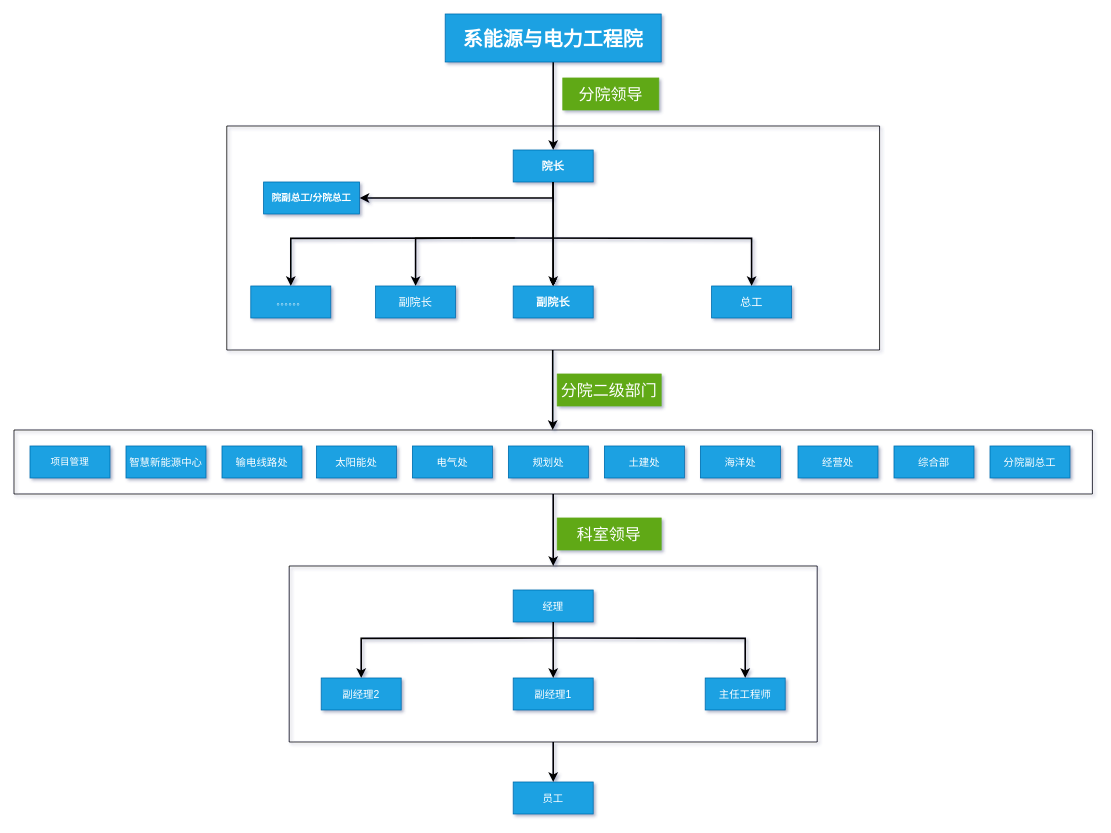
Earlier version of the draw.io diagram 未命名绘图.drawio (yuexin719/greenhouse). Source tidied: cells renumbered, new cells numbered last; positions are measured from the earlier drawing's top-left corner, leaving out a move shared by most shapes. Both pictures are drawn from the tidied source at 80%, with x=0, y=0 at pixel (14, 14).
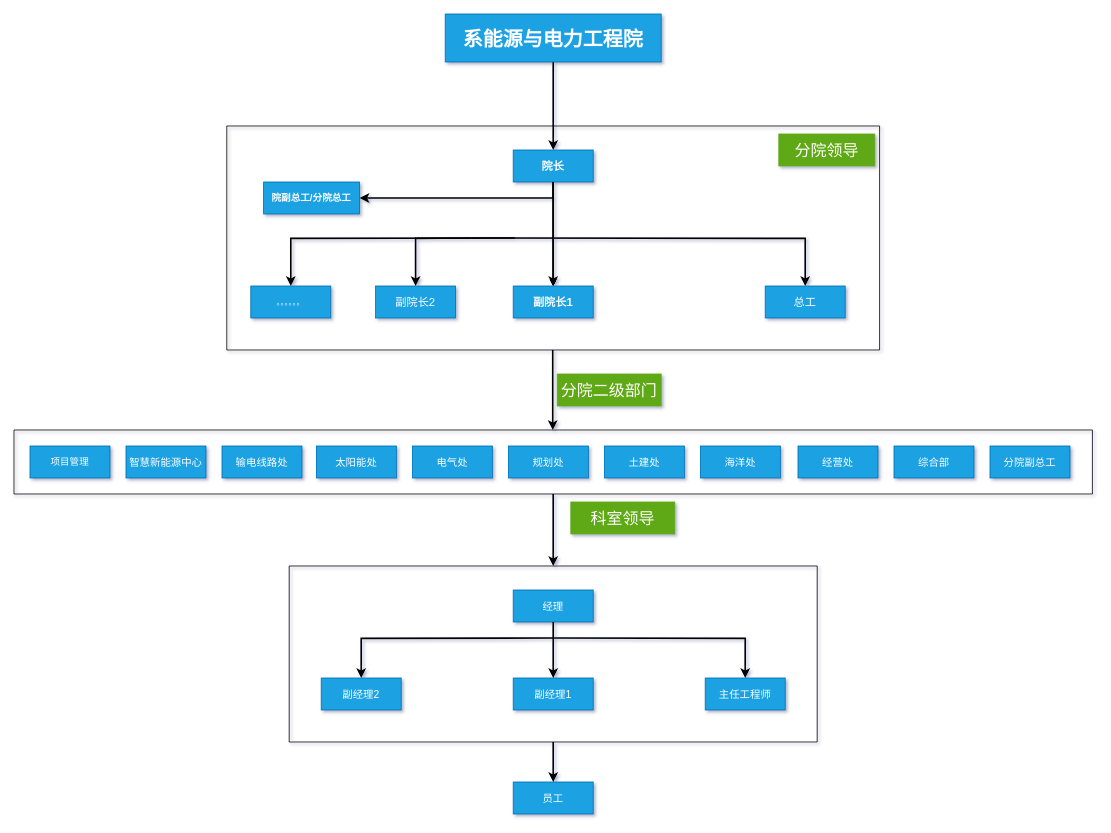
The same diagram, later.

Commit message:
更新未命名绘图.drawio

Unchanged cells that the change refers to:
```xml
<mxCell id="4" style="swimlane;startSize=0;" parent="1" vertex="1">
  <mxGeometry x="266" y="140" width="816" height="280" as="geometry" />
</mxCell>
```

The edit, as a diff of the source:
```diff
@@
-    <mxCell id="7" value="&lt;font style=&quot;font-size: 14px;&quot;&gt;副院长&lt;/font&gt;" style="rounded=0;whiteSpace=wrap;html=1;fillColor=#1ba1e2;strokeColor=#006EAF;fontColor=#ffffff;fontStyle=1;" parent="4" vertex="1">
+    <mxCell id="7" value="&lt;font style=&quot;font-size: 14px;&quot;&gt;副院长1&lt;/font&gt;" style="rounded=0;whiteSpace=wrap;html=1;fillColor=#1ba1e2;strokeColor=#006EAF;fontColor=#ffffff;fontStyle=1;" parent="4" vertex="1">
       <mxGeometry x="358" y="200" width="100" height="40" as="geometry" />
     </mxCell>
     <mxCell id="8" value="&lt;font style=&quot;font-size: 14px;&quot;&gt;总工&lt;/font&gt;" style="rounded=0;whiteSpace=wrap;html=1;fillColor=#1ba1e2;strokeColor=#006EAF;fontColor=#ffffff;" parent="4" vertex="1">
-      <mxGeometry x="606" y="200" width="100" height="40" as="geometry" />
+      <mxGeometry x="673" y="200" width="100" height="40" as="geometry" />
     </mxCell>
@@
-    <mxCell id="10" value="&lt;font style=&quot;font-size: 14px;&quot;&gt;副院长&lt;/font&gt;" style="rounded=0;whiteSpace=wrap;html=1;fillColor=#1ba1e2;strokeColor=#006EAF;fontColor=#ffffff;" parent="4" vertex="1">
+    <mxCell id="10" value="&lt;font style=&quot;font-size: 14px;&quot;&gt;副院长2&lt;/font&gt;" style="rounded=0;whiteSpace=wrap;html=1;fillColor=#1ba1e2;strokeColor=#006EAF;fontColor=#ffffff;" parent="4" vertex="1">
       <mxGeometry x="186" y="200" width="100" height="40" as="geometry" />
     </mxCell>
@@
+    <mxCell id="46" value="分院领导" style="rounded=0;whiteSpace=wrap;html=1;fillColor=#60a917;fontColor=#ffffff;strokeColor=#60A917;fontSize=20;" parent="4" vertex="1">
+      <mxGeometry x="690" y="10" width="120" height="40" as="geometry" />
+    </mxCell>
@@
     <mxCell id="45" value="科室领导" style="rounded=0;whiteSpace=wrap;html=1;fillColor=#60a917;fontColor=#ffffff;strokeColor=#60A917;fontSize=20;" parent="1" vertex="1">
-      <mxGeometry x="679" y="630" width="130" height="40" as="geometry" />
+      <mxGeometry x="696" y="610" width="130" height="40" as="geometry" />
     </mxCell>
-    <mxCell id="46" value="分院领导" style="rounded=0;whiteSpace=wrap;html=1;fillColor=#60a917;fontColor=#ffffff;strokeColor=#60A917;fontSize=20;" parent="1" vertex="1">
-      <mxGeometry x="686" y="80" width="120" height="40" as="geometry" />
-    </mxCell>
```
